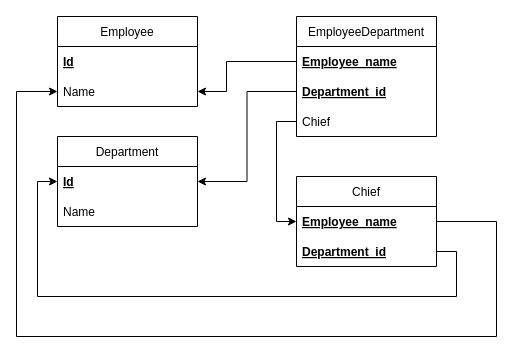
Before: Sheme_SQL-3_extra.drawio in Fmndkn/SQL_task, a draw.io diagram. Source tidied: cells renumbered, new cells numbered last; positions are measured from the earlier drawing's top-left corner, leaving out a move shared by most shapes. Both pictures are drawn from the tidied source at 100%, with x=0, y=0 at pixel (16, 16).
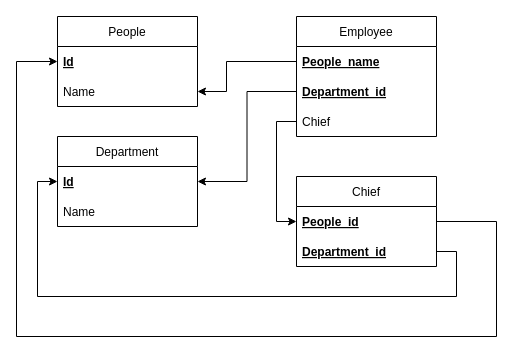
The same page after the edit.

The change refers to these unchanged cells:
```xml
<mxCell id="3" value="Id" style="text;strokeColor=none;fillColor=none;align=left;verticalAlign=middle;spacingLeft=4;spacingRight=4;overflow=hidden;points=[[0,0.5],[1,0.5]];portConstraint=eastwest;fontStyle=5;" parent="2" vertex="1">
  <mxGeometry y="30" width="140" height="30" as="geometry" />
</mxCell>
<mxCell id="4" value="Name" style="text;strokeColor=none;fillColor=none;align=left;verticalAlign=middle;spacingLeft=4;spacingRight=4;overflow=hidden;points=[[0,0.5],[1,0.5]];portConstraint=eastwest;" parent="2" vertex="1">
  <mxGeometry y="60" width="140" height="30" as="geometry" />
</mxCell>
<mxCell id="5" value="Chief" style="swimlane;fontStyle=0;horizontal=1;startSize=30;" parent="1" vertex="1">
  <mxGeometry x="280" y="160" width="140" height="90" as="geometry" />
</mxCell>
```

Change to the diagram source:
```diff
@@
-    <mxCell id="2" value="Employee" style="swimlane;fontStyle=0;horizontal=1;startSize=30;" parent="1" vertex="1">
+    <mxCell id="2" value="People" style="swimlane;fontStyle=0;horizontal=1;startSize=30;" parent="1" vertex="1">
       <mxGeometry x="41" width="140" height="90" as="geometry" />
     </mxCell>
@@
-    <mxCell id="6" value="Employee_name" style="text;strokeColor=none;fillColor=none;align=left;verticalAlign=middle;spacingLeft=4;spacingRight=4;overflow=hidden;points=[[0,0.5],[1,0.5]];portConstraint=eastwest;fontStyle=5;" parent="5" vertex="1">
+    <mxCell id="6" value="People_id" style="text;strokeColor=none;fillColor=none;align=left;verticalAlign=middle;spacingLeft=4;spacingRight=4;overflow=hidden;points=[[0,0.5],[1,0.5]];portConstraint=eastwest;fontStyle=5;" parent="5" vertex="1">
       <mxGeometry y="30" width="140" height="30" as="geometry" />
     </mxCell>
@@
-    <mxCell id="11" value="EmployeeDepartment" style="swimlane;fontStyle=0;horizontal=1;startSize=30;" parent="1" vertex="1">
+    <mxCell id="11" value="Employee" style="swimlane;fontStyle=0;horizontal=1;startSize=30;" parent="1" vertex="1">
       <mxGeometry x="280" width="140" height="120" as="geometry" />
     </mxCell>
-    <mxCell id="12" value="Employee_name" style="text;strokeColor=none;fillColor=none;align=left;verticalAlign=middle;spacingLeft=4;spacingRight=4;overflow=hidden;points=[[0,0.5],[1,0.5]];portConstraint=eastwest;fontStyle=5;" parent="11" vertex="1">
+    <mxCell id="12" value="People_name" style="text;strokeColor=none;fillColor=none;align=left;verticalAlign=middle;spacingLeft=4;spacingRight=4;overflow=hidden;points=[[0,0.5],[1,0.5]];portConstraint=eastwest;fontStyle=5;" parent="11" vertex="1">
       <mxGeometry y="30" width="140" height="30" as="geometry" />
     </mxCell>
@@
-    <mxCell id="18" style="edgeStyle=orthogonalEdgeStyle;rounded=0;jettySize=auto;html=1;exitX=1;exitY=0.5;exitDx=0;exitDy=0;entryX=0;entryY=0.5;entryDx=0;entryDy=0;" parent="1" edge="1" source="6" target="4">
+    <mxCell id="18" style="edgeStyle=orthogonalEdgeStyle;rounded=0;jettySize=auto;html=1;exitX=1;exitY=0.5;exitDx=0;exitDy=0;entryX=0;entryY=0.5;entryDx=0;entryDy=0;" parent="1" edge="1" source="6" target="3">
       <mxGeometry relative="1" as="geometry">
         <Array as="points">
           <mxPoint x="480" y="205" />
           <mxPoint x="480" y="320" />
           <mxPoint y="320" />
-          <mxPoint y="75" />
+          <mxPoint y="45" />
         </Array>
       </mxGeometry>
     </mxCell>
```
